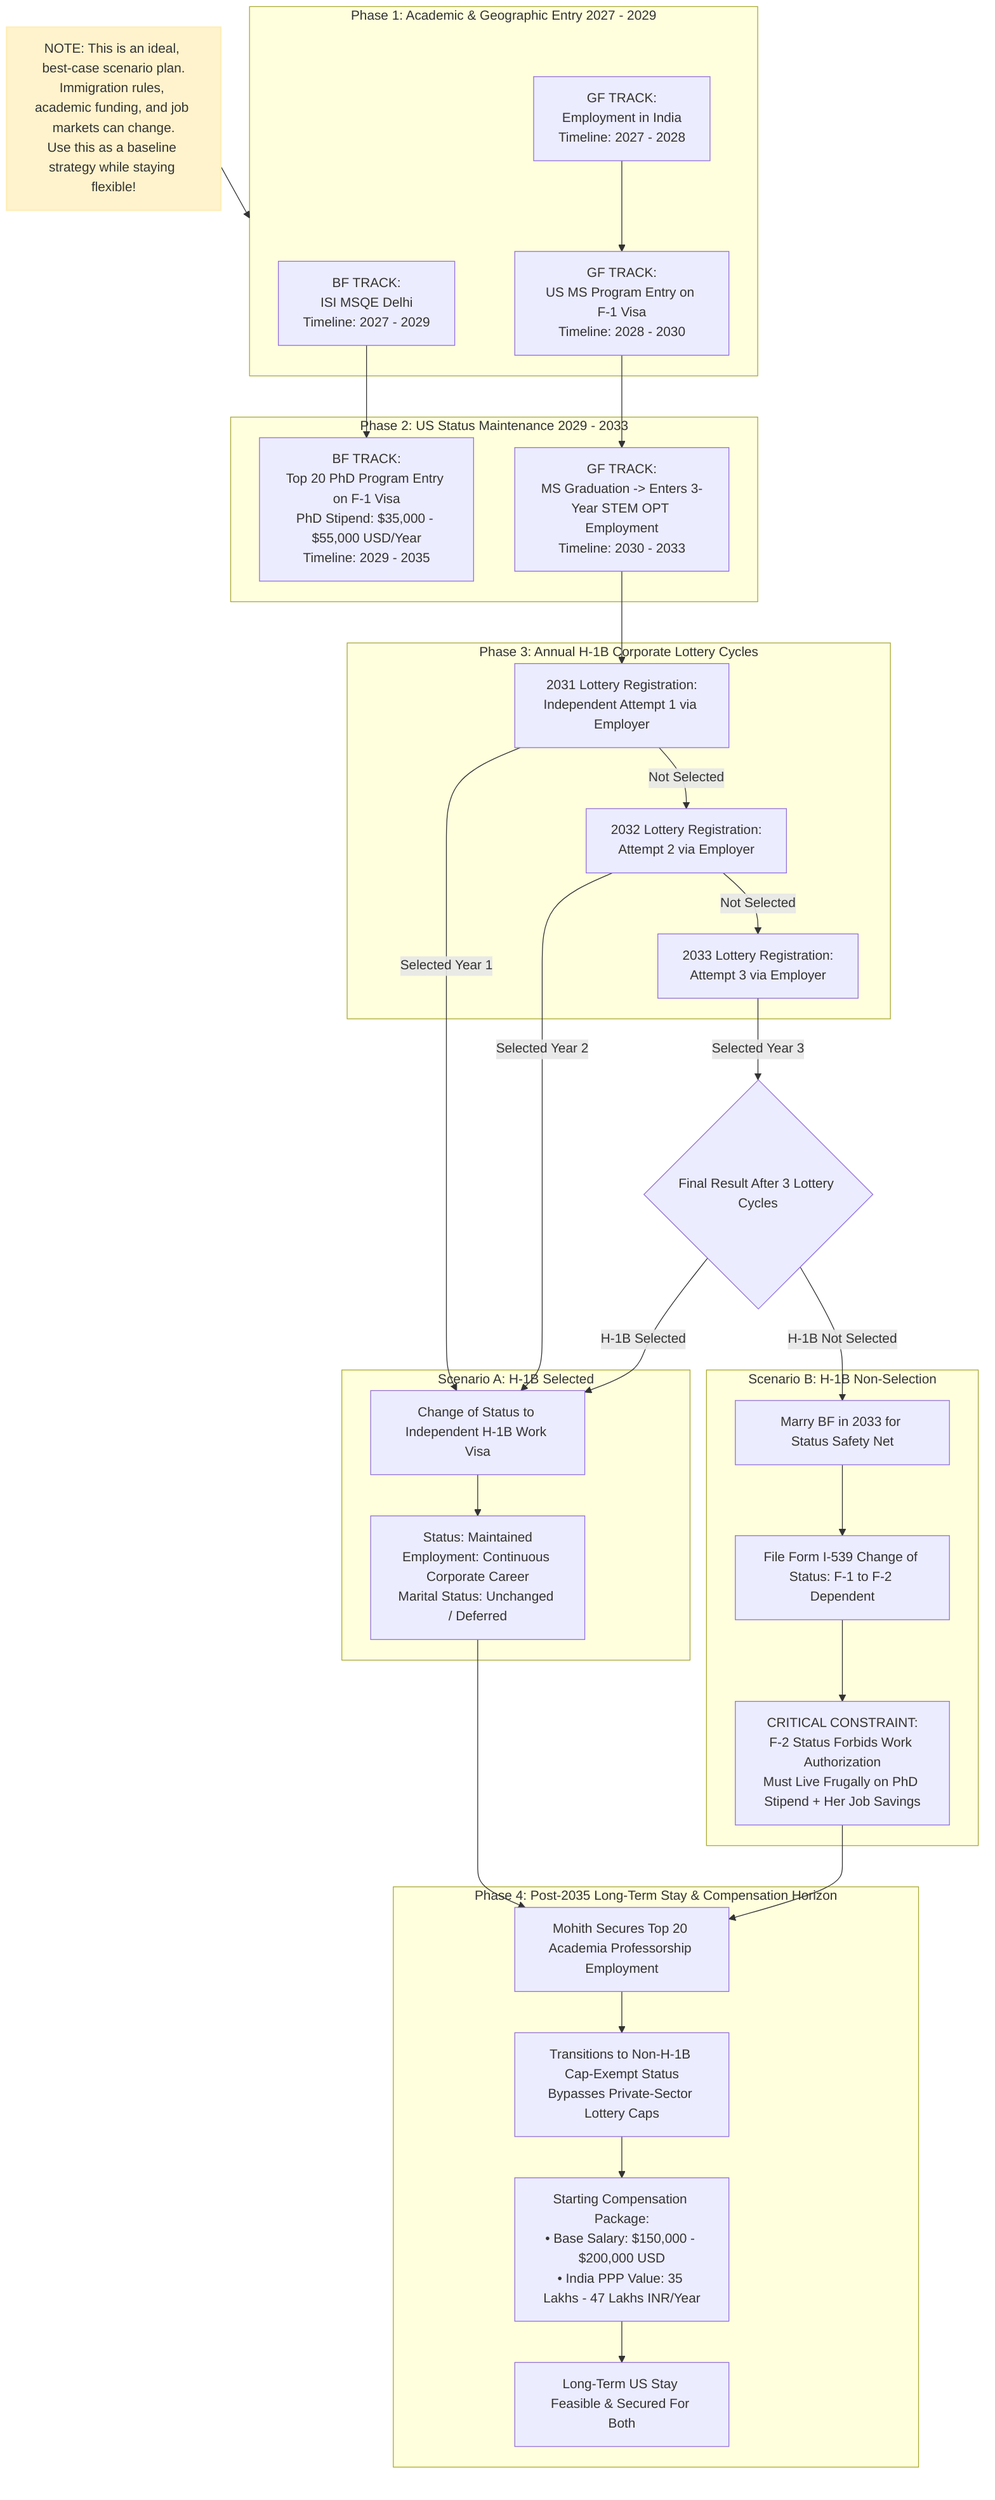
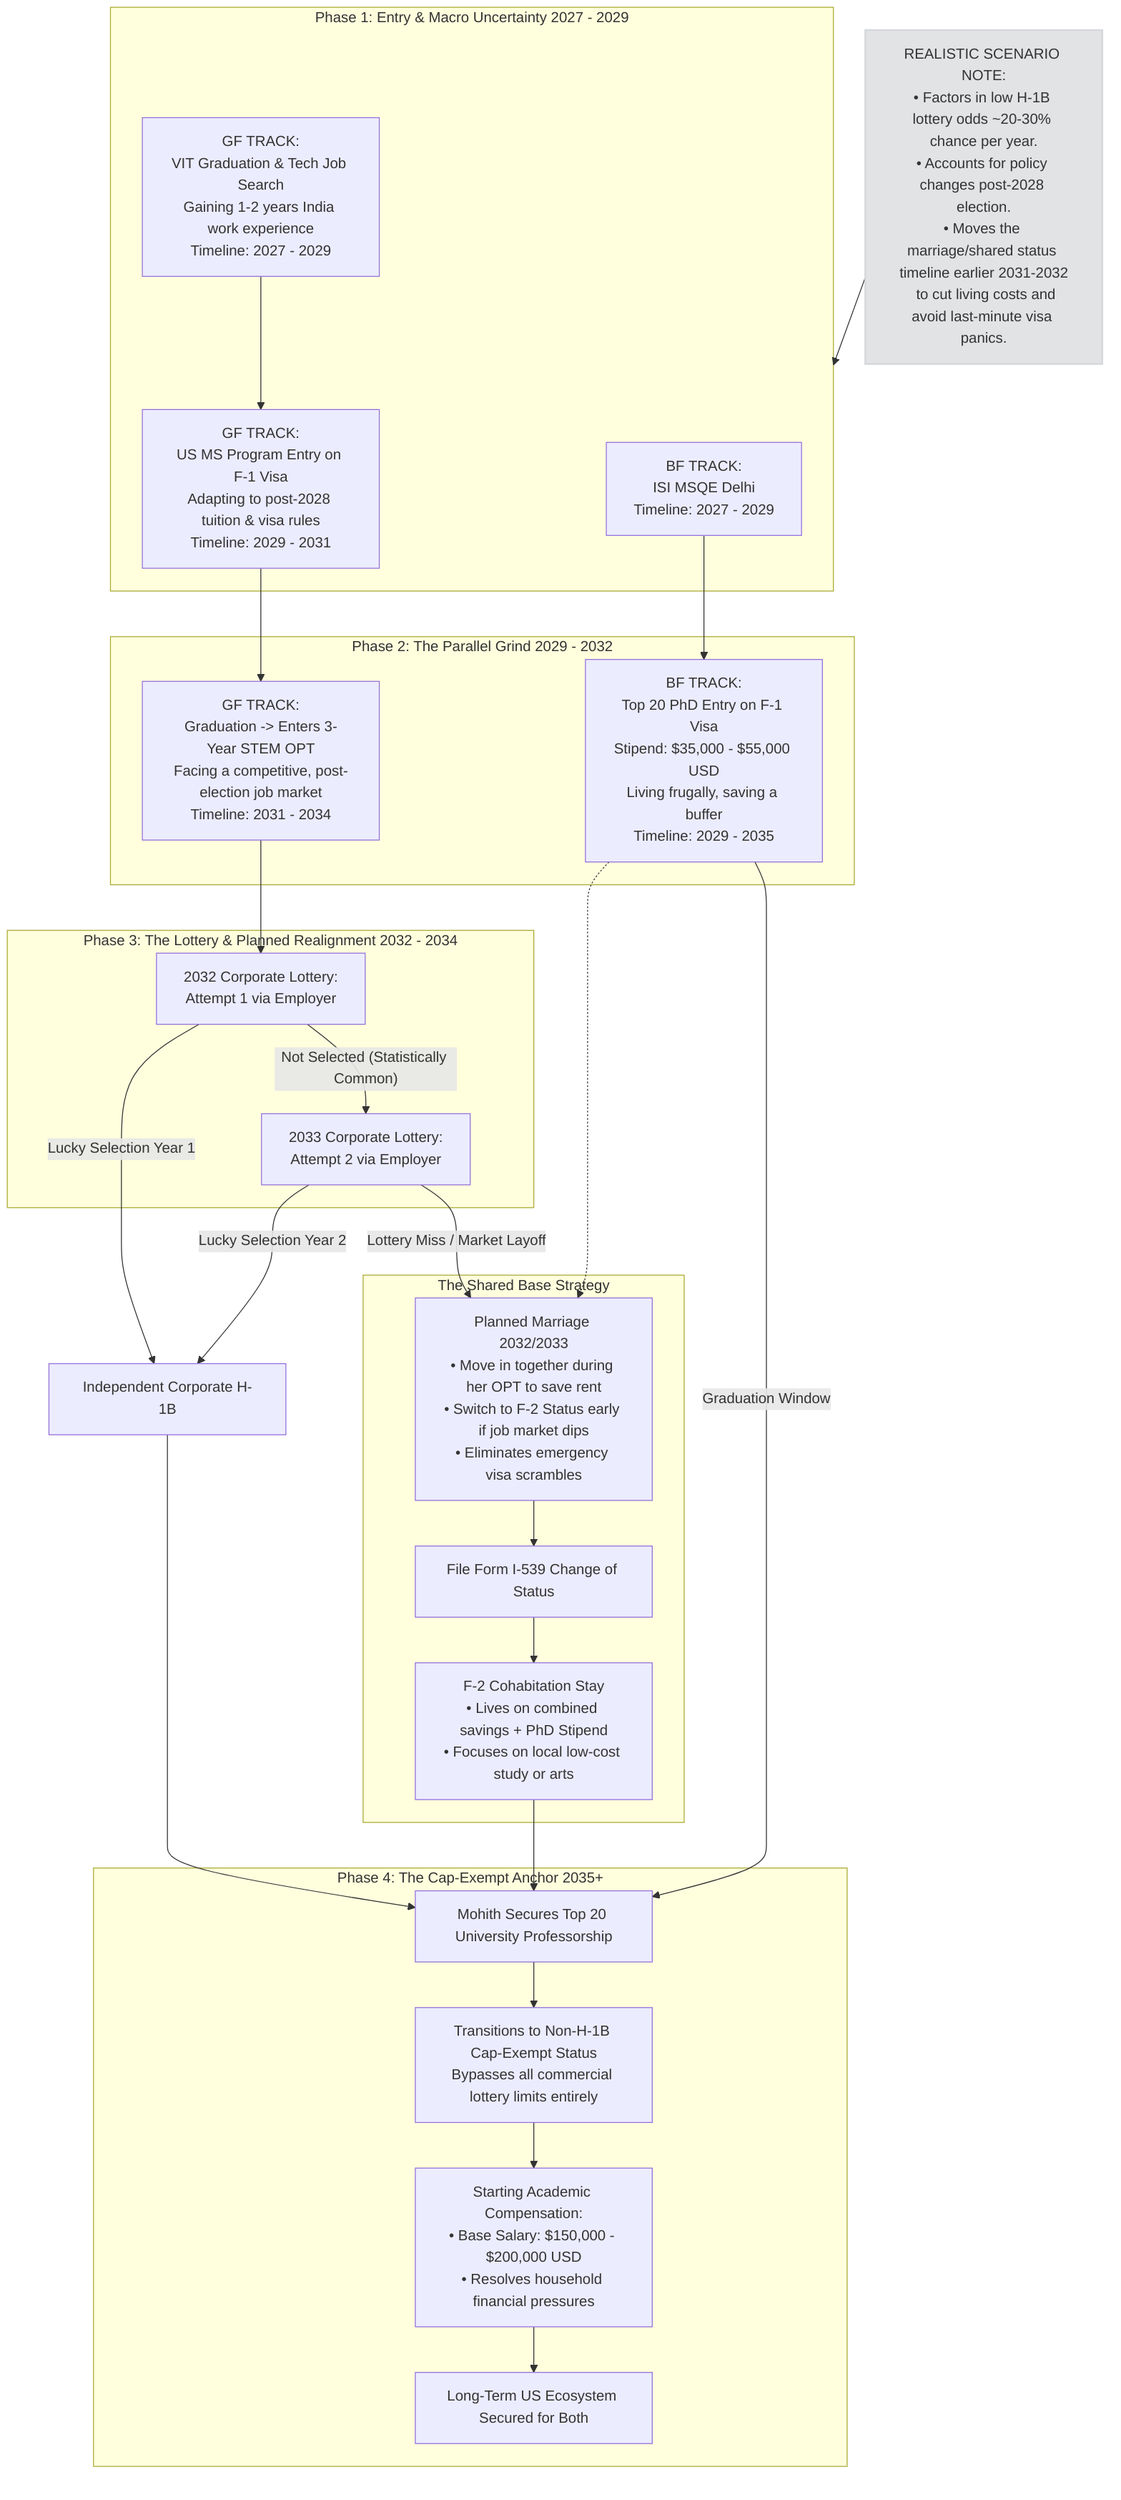
graph TD
    %% ---------------------------------------------
-     %% TOP DISCLAIMER BOX INSIDE THE DIAGRAM
+     %% REALISTIC DISCLAIMER BOX
    %% ---------------------------------------------
-     Disclaimer[NOTE: This is an ideal, best-case scenario plan.<br>Immigration rules, academic funding, and job markets can change.<br>Use this as a baseline strategy while staying flexible!]
-     style Disclaimer fill:#fff3cd,stroke:#ffeeba,stroke-width:2px
+     Realism_Note[REALISTIC SCENARIO NOTE:<br>• Factors in low H-1B lottery odds ~20-30% chance per year.<br>• Accounts for policy changes post-2028 election.<br>• Moves the marriage/shared status timeline earlier 2031-2032<br>  to cut living costs and avoid last-minute visa panics.]
+     style Realism_Note fill:#e2e3e5,stroke:#d6d8db,stroke-width:2px

    %% ---------------------------------------------
-     %% PHASE 1: INITIAL SEPARATION
+     %% PHASE 1: START & ACADEMIC INPUTS
    %% ---------------------------------------------
-     subgraph Phase_1 [Phase 1: Academic & Geographic Entry 2027 - 2029]
+     subgraph Phase_1 [Phase 1: Entry & Macro Uncertainty 2027 - 2029]
        Track_A1[BF TRACK:<br>ISI MSQE Delhi<br>Timeline: 2027 - 2029]

-         Track_B1[GF TRACK:<br>Employment in India<br>Timeline: 2027 - 2028]
-         Track_B2[GF TRACK:<br>US MS Program Entry on F-1 Visa<br>Timeline: 2028 - 2030]
+         Track_B1[GF TRACK:<br>VIT Graduation & Tech Job Search<br>Gaining 1-2 years India work experience<br>Timeline: 2027 - 2029]
+ 
+         Track_B2[GF TRACK:<br>US MS Program Entry on F-1 Visa<br>Adapting to post-2028 tuition & visa rules<br>Timeline: 2029 - 2031]

        Track_B1 --> Track_B2
    end

-     Disclaimer --> Phase_1
+     Realism_Note --> Phase_1

    %% ---------------------------------------------
-     %% PHASE 2: PARALLEL US STATUS & FINANCIALS
+     %% PHASE 2: THE GRIND & POLICY SHIFTS
    %% ---------------------------------------------
-     subgraph Phase_2 [Phase 2: US Status Maintenance 2029 - 2033]
-         Track_A2[BF TRACK:<br>Top 20 PhD Program Entry on F-1 Visa<br>PhD Stipend: $35,000 - $55,000 USD/Year<br>Timeline: 2029 - 2035]
+     subgraph Phase_2 [Phase 2: The Parallel Grind 2029 - 2032]
+         Track_A2[BF TRACK:<br>Top 20 PhD Entry on F-1 Visa<br>Stipend: $35,000 - $55,000 USD<br>Living frugally, saving a buffer<br>Timeline: 2029 - 2035]

-         Track_B3[GF TRACK:<br>MS Graduation -> Enters 3-Year STEM OPT Employment<br>Timeline: 2030 - 2033]
+         Track_B3[GF TRACK:<br>Graduation -> Enters 3-Year STEM OPT<br>Facing a competitive, post-election job market<br>Timeline: 2031 - 2034]
    end

    Track_A1 --> Track_A2
    Track_B2 --> Track_B3

    %% ---------------------------------------------
-     %% PHASE 3: ANNUAL LOTTERY REGISTRATIONS
+     %% PHASE 3: LOTTERY ROULETTE & PLANNED REALIGNMENT
    %% ---------------------------------------------
-     subgraph Phase_3 [Phase 3: Annual H-1B Corporate Lottery Cycles]
-         L1[2031 Lottery Registration:<br>Independent Attempt 1 via Employer]
-         L2[2032 Lottery Registration:<br>Attempt 2 via Employer]
-         L3[2033 Lottery Registration:<br>Attempt 3 via Employer]
+     subgraph Phase_3 [Phase 3: The Lottery & Planned Realignment 2032 - 2034]
+         L1[2032 Corporate Lottery:<br>Attempt 1 via Employer]
+         L2[2033 Corporate Lottery:<br>Attempt 2 via Employer]

-         L1 -- Not Selected --> L2
-         L2 -- Not Selected --> L3
+         Track_B3 --> L1
+         L1 -- "Not Selected (Statistically Common)" --> L2
    end

-     Track_B3 --> L1
+     %% EARLY CONSOLIDATION NODE
+     subgraph Shared_Base [The Shared Base Strategy]
+         Marriage_Plan[Planned Marriage 2032/2033<br>• Move in together during her OPT to save rent<br>• Switch to F-2 Status early if job market dips<br>• Eliminates emergency visa scrambles]
+         F2_CoHab[F-2 Cohabitation Stay<br>• Lives on combined savings + PhD Stipend<br>• Focuses on local low-cost study or arts]
+ 
+         Marriage_Plan --> F2_Filing
+         F2_Filing[File Form I-539 Change of Status] --> F2_CoHab
+     end
+ 
+     L2 -- "Lottery Miss / Market Layoff" --> Marriage_Plan
+     Track_A2 -.-> Marriage_Plan

    %% ---------------------------------------------
-     %% DECISION FORK (POST-LOTTERY 3)
+     %% PHASE 4: THE ULTIMATE ANCHOR
    %% ---------------------------------------------
-     Decision{Final Result After 3 Lottery Cycles}
-     L1 -- Selected Year 1 --> H1B_App
-     L2 -- Selected Year 2 --> H1B_App
-     L3 -- Selected Year 3 --> Decision
- 
-     %% SCENARIO A: H-1B SELECTION
-     subgraph Scenario_A [Scenario A: H-1B Selected]
-         H1B_App[Change of Status to Independent H-1B Work Visa]
-         Maintain_Ind[Status: Maintained<br>Employment: Continuous Corporate Career<br>Marital Status: Unchanged / Deferred]
- 
-         H1B_App --> Maintain_Ind
-     end
- 
-     %% SCENARIO B: H-1B NON-SELECTION
-     subgraph Scenario_B [Scenario B: H-1B Non-Selection]
-         Action_Marry[Marry BF in 2033 for Status Safety Net]
-         F2_Filing[File Form I-539 Change of Status: F-1 to F-2 Dependent]
-         Frugal_Living[CRITICAL CONSTRAINT:<br>F-2 Status Forbids Work Authorization<br>Must Live Frugally on PhD Stipend + Her Job Savings]
- 
-         Action_Marry --> F2_Filing
-         F2_Filing --> Frugal_Living
-     end
- 
-     Decision -- H-1B Selected --> H1B_App
-     Decision -- H-1B Not Selected --> Action_Marry
- 
-     %% ---------------------------------------------
-     %% PHASE 4: POST-2035 HORIZON
-     %% ---------------------------------------------
-     subgraph Phase_4 [Phase 4: Post-2035 Long-Term Stay & Compensation Horizon]
-         Academia_Job[Mohith Secures Top 20 Academia Professorship Employment]
-         Cap_Exempt[Transitions to Non-H-1B Cap-Exempt Status<br>Bypasses Private-Sector Lottery Caps]
-         Salary_Package[Starting Compensation Package:<br>• Base Salary: $150,000 - $200,000 USD<br>• India PPP Value: 35 Lakhs - 47 Lakhs INR/Year]
-         Long_Term_Stay[Long-Term US Stay Feasible & Secured For Both]
+     subgraph Phase_4 [Phase 4: The Cap-Exempt Anchor 2035+]
+         Academia_Job[Mohith Secures Top 20 University Professorship]
+         Cap_Exempt[Transitions to Non-H-1B Cap-Exempt Status<br>Bypasses all commercial lottery limits entirely]
+         Salary_Package[Starting Academic Compensation:<br>• Base Salary: $150,000 - $200,000 USD<br>• Resolves household financial pressures]
+         Secure_Future[Long-Term US Ecosystem Secured for Both]

        Academia_Job --> Cap_Exempt
        Cap_Exempt --> Salary_Package
-         Salary_Package --> Long_Term_Stay
+         Salary_Package --> Secure_Future
    end

-     Maintain_Ind --> Academia_Job
-     Frugal_Living --> Academia_Job
+     %% Luck paths
+     L1 -- "Lucky Selection Year 1" --> Corporate_H1B[Independent Corporate H-1B]
+     L2 -- "Lucky Selection Year 2" --> Corporate_H1B
+     Corporate_H1B --> Academia_Job
+ 
+     %% Reality paths
+     F2_CoHab --> Academia_Job
+     Track_A2 -- "Graduation Window" --> Academia_Job
